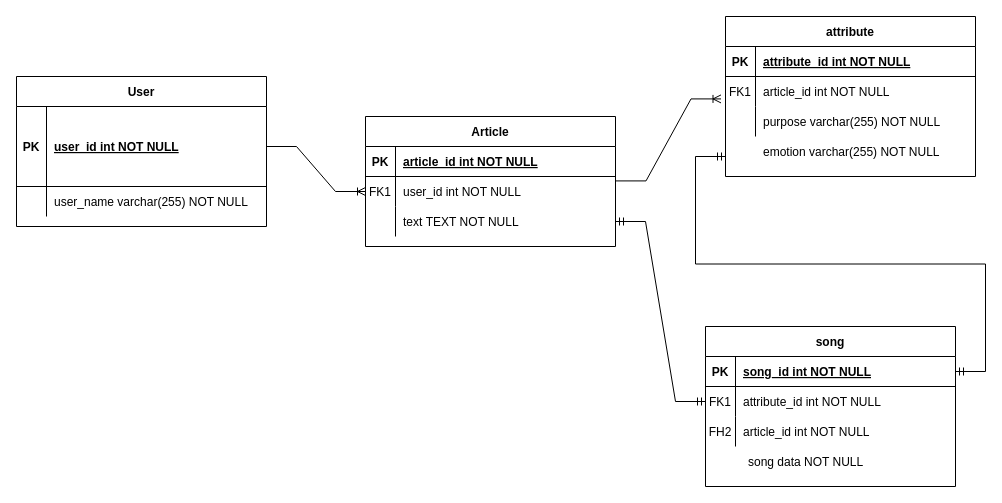
This is ERmodel.drawio from storytellerplatform/storyteller_flowchart, a draw.io file, before an edit. Source tidied: cells renumbered, new cells numbered last; positions are measured from the earlier drawing's top-left corner, leaving out a move shared by most shapes. Both pictures are drawn from the tidied source at 100%, with x=0, y=0 at pixel (16, 16).
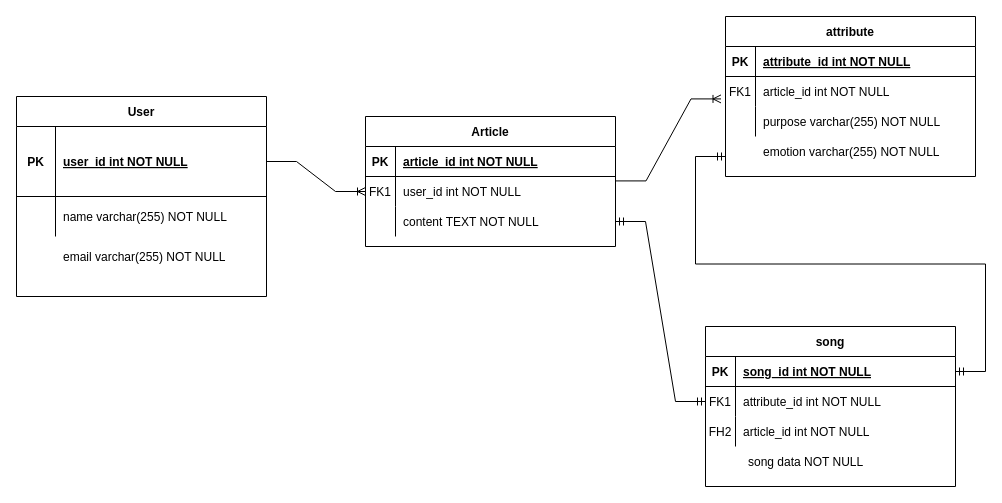
The same page after the edit.

The change refers to these unchanged cells:
```xml
<mxCell id="9" style="shape=partialRectangle;fillColor=none;points=[[0,0.5],[1,0.5]];portConstraint=eastwest;top=0;left=0;right=0;bottom=0;" parent="2" vertex="1">
  <mxGeometry y="90" width="250" height="30" as="geometry" />
</mxCell>
```

The edit, as a diff of the source:
```diff
@@
-    <mxCell id="11" value="text TEXT NOT NULL" style="shape=partialRectangle;overflow=hidden;fillColor=none;top=0;left=0;bottom=0;right=0;align=left;spacingLeft=6;" parent="9" vertex="1">
+    <mxCell id="11" value="content TEXT NOT NULL" style="shape=partialRectangle;overflow=hidden;fillColor=none;top=0;left=0;bottom=0;right=0;align=left;spacingLeft=6;" parent="9" vertex="1">
       <mxGeometry x="30" width="220" height="30" as="geometry" />
     </mxCell>
@@
     <mxCell id="22" value="User" style="shape=table;startSize=30;childLayout=tableLayout;rowLines=0;fontStyle=1;align=center;" parent="1" vertex="1">
-      <mxGeometry y="60" width="250" height="150" as="geometry" />
+      <mxGeometry y="80" width="250" height="200" as="geometry" />
     </mxCell>
     <mxCell id="23" style="shape=partialRectangle;fillColor=none;points=[[0,0.5],[1,0.5]];portConstraint=eastwest;top=0;left=0;right=0;bottom=1;" parent="22" vertex="1">
-      <mxGeometry y="30" width="250" height="80" as="geometry" />
+      <mxGeometry y="30" width="250" height="70" as="geometry" />
     </mxCell>
     <mxCell id="24" value="PK" style="shape=partialRectangle;overflow=hidden;fillColor=none;top=0;left=0;bottom=0;right=0;fontStyle=1;" parent="23" vertex="1">
-      <mxGeometry width="30" height="80" as="geometry" />
+      <mxGeometry width="39" height="70" as="geometry" />
     </mxCell>
     <mxCell id="25" value="user_id int NOT NULL " style="shape=partialRectangle;overflow=hidden;fillColor=none;top=0;left=0;bottom=0;right=0;align=left;spacingLeft=6;fontStyle=5;" parent="23" vertex="1">
-      <mxGeometry x="30" width="220" height="80" as="geometry" />
+      <mxGeometry x="39" width="211" height="70" as="geometry" />
     </mxCell>
     <mxCell id="26" style="shape=partialRectangle;fillColor=none;top=0;left=0;right=0;bottom=0;" parent="22" vertex="1">
-      <mxGeometry y="110" width="250" height="30" as="geometry" />
+      <mxGeometry y="100" width="250" height="40" as="geometry" />
     </mxCell>
     <mxCell id="27" style="shape=partialRectangle;overflow=hidden;fillColor=none;top=0;left=0;bottom=0;right=0;" parent="26" vertex="1">
-      <mxGeometry width="30" height="30" as="geometry" />
+      <mxGeometry width="39" height="40" as="geometry" />
     </mxCell>
-    <mxCell id="28" value="user_name varchar(255) NOT NULL" style="shape=partialRectangle;overflow=hidden;fillColor=none;top=0;left=0;bottom=0;right=0;align=left;spacingLeft=6;" parent="26" vertex="1">
-      <mxGeometry x="30" width="220" height="30" as="geometry" />
+    <mxCell id="28" value="name varchar(255) NOT NULL" style="shape=partialRectangle;overflow=hidden;fillColor=none;top=0;left=0;bottom=0;right=0;align=left;spacingLeft=6;" parent="26" vertex="1">
+      <mxGeometry x="39" width="211" height="40" as="geometry" />
     </mxCell>
@@
+    <mxCell id="46" value="email varchar(255) NOT NULL" style="shape=partialRectangle;overflow=hidden;fillColor=none;top=0;left=0;bottom=0;right=0;align=left;spacingLeft=6;" parent="1" vertex="1">
+      <mxGeometry x="39" y="220" width="211" height="40" as="geometry" />
+    </mxCell>
```
